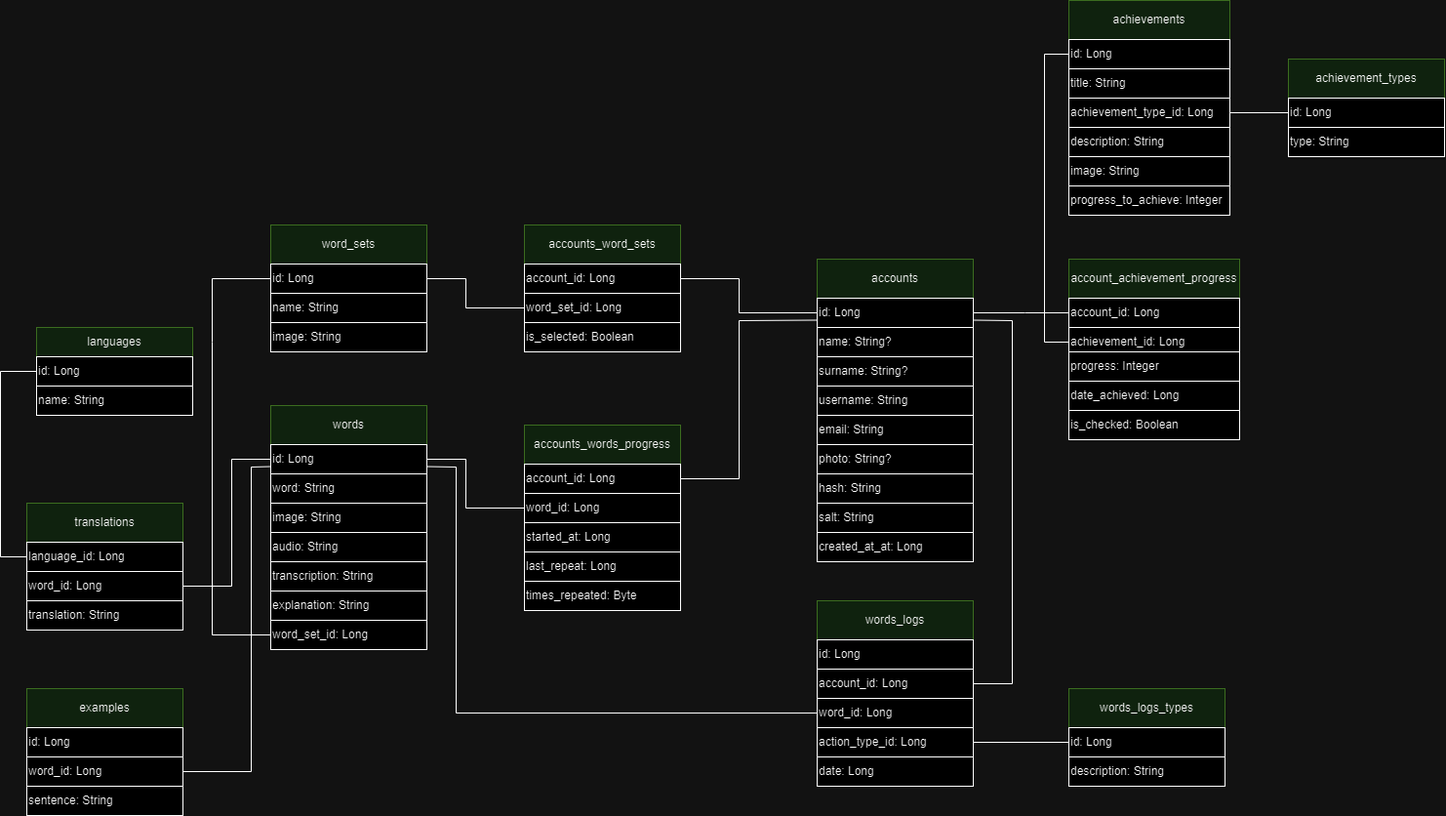
Above: images/DB.drawio.png in litnaro/MindVocab (draw.io), before the change. Source tidied: cells renumbered, new cells last; positions are measured from the earlier drawing's top-left corner, leaving out a move shared by most shapes.
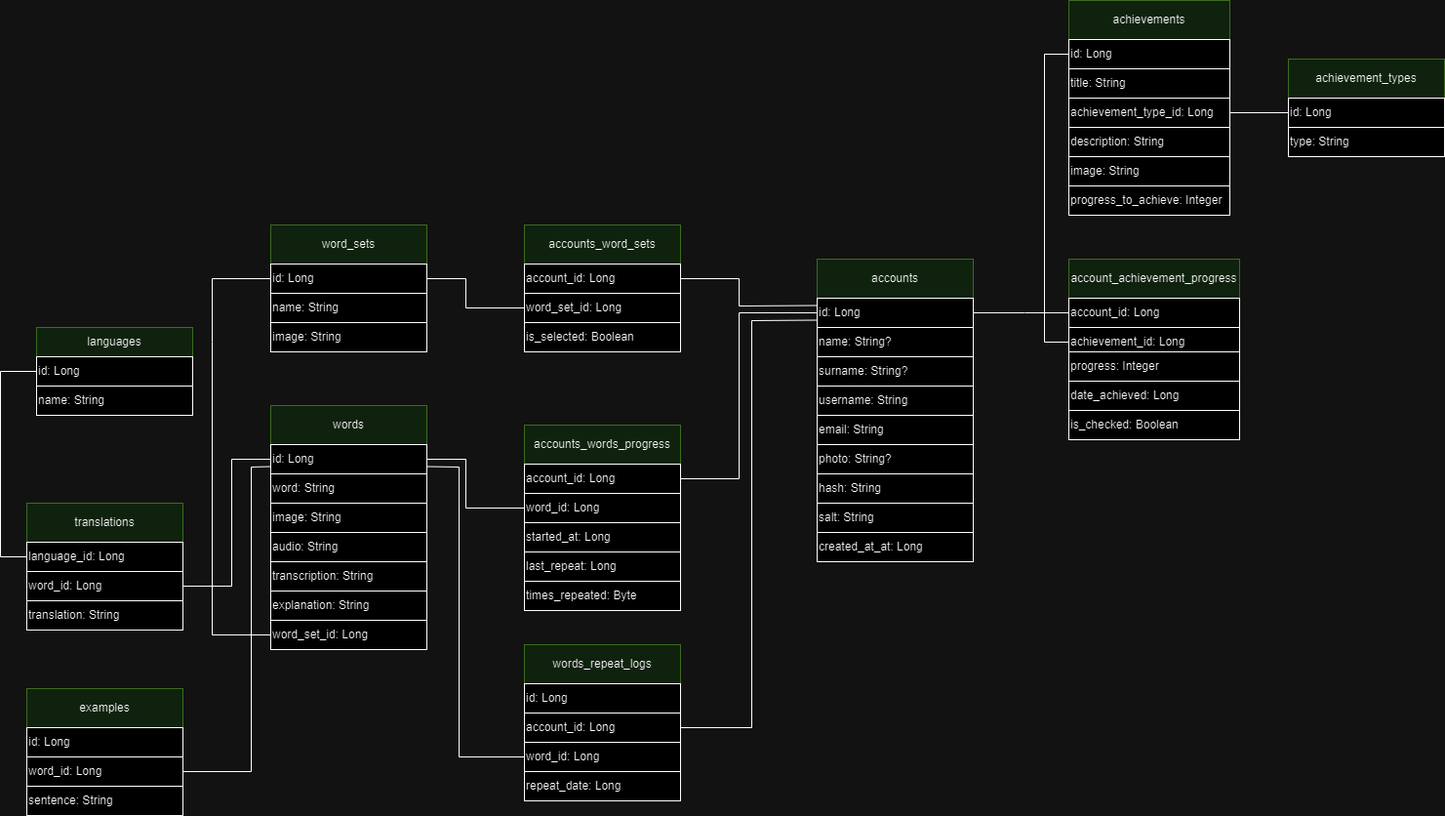
Above is the later version.

Change to the diagram source:
```diff
@@ -172,18 +172,6 @@
     <mxCell id="49" value="achievement_types" style="rounded=0;whiteSpace=wrap;html=1;fillColor=#d5e8d4;strokeColor=#82b366;" parent="1" vertex="1">
       <mxGeometry x="1320" y="60" width="160" height="40" as="geometry" />
     </mxCell>
-    <mxCell id="50" value="words_logs" style="rounded=0;whiteSpace=wrap;html=1;fillColor=#d5e8d4;strokeColor=#82b366;" parent="1" vertex="1">
-      <mxGeometry x="837" y="615" width="160" height="40" as="geometry" />
-    </mxCell>
-    <mxCell id="51" value="words_logs_types" style="rounded=0;whiteSpace=wrap;html=1;fillColor=#d5e8d4;strokeColor=#82b366;" parent="1" vertex="1">
-      <mxGeometry x="1095" y="705" width="160" height="40" as="geometry" />
-    </mxCell>
-    <mxCell id="52" value="id: Long" style="rounded=0;whiteSpace=wrap;html=1;align=left;" parent="1" vertex="1">
-      <mxGeometry x="1095" y="745" width="160" height="30" as="geometry" />
-    </mxCell>
-    <mxCell id="53" value="description: String" style="rounded=0;whiteSpace=wrap;html=1;align=left;" parent="1" vertex="1">
-      <mxGeometry x="1095" y="775" width="160" height="30" as="geometry" />
-    </mxCell>
     <mxCell id="54" value="id: Long" style="rounded=0;whiteSpace=wrap;html=1;align=left;" parent="1" vertex="1">
       <mxGeometry x="1320" y="100" width="160" height="30" as="geometry" />
     </mxCell>
@@ -234,62 +222,28 @@
         </Array>
       </mxGeometry>
     </mxCell>
-    <mxCell id="66" style="endArrow=none;html=1;rounded=0;entryX=0;entryY=0.5;entryDx=0;entryDy=0;exitX=1;exitY=0.5;exitDx=0;exitDy=0;" parent="1" edge="1" source="62" target="13">
+    <mxCell id="66" style="endArrow=none;html=1;rounded=0;entryX=0;entryY=0.25;entryDx=0;entryDy=0;exitX=1;exitY=0.5;exitDx=0;exitDy=0;" parent="1" edge="1" source="62" target="13">
       <mxGeometry relative="1" as="geometry">
         <Array as="points">
           <mxPoint x="757" y="285" />
-          <mxPoint x="757" y="320" />
+          <mxPoint x="757" y="313" />
         </Array>
       </mxGeometry>
     </mxCell>
-    <mxCell id="67" style="endArrow=none;html=1;rounded=0;exitX=1;exitY=0.5;exitDx=0;exitDy=0;entryX=0;entryY=0.75;entryDx=0;entryDy=0;" parent="1" edge="1" source="19" target="13">
+    <mxCell id="67" style="endArrow=none;html=1;rounded=0;exitX=1;exitY=0.5;exitDx=0;exitDy=0;entryX=0;entryY=0.5;entryDx=0;entryDy=0;" parent="1" edge="1" source="19" target="13">
       <mxGeometry relative="1" as="geometry">
         <Array as="points">
           <mxPoint x="757" y="490" />
-          <mxPoint x="757" y="328" />
+          <mxPoint x="757" y="320" />
         </Array>
       </mxGeometry>
     </mxCell>
     <mxCell id="68" value="date_achieved: Long" style="rounded=0;whiteSpace=wrap;html=1;align=left;" parent="1" vertex="1">
       <mxGeometry x="1095" y="390" width="175" height="30" as="geometry" />
     </mxCell>
-    <mxCell id="69" value="word_id: Long" style="rounded=0;whiteSpace=wrap;html=1;align=left;" parent="1" vertex="1">
-      <mxGeometry x="837" y="715" width="160" height="30" as="geometry" />
-    </mxCell>
-    <mxCell id="70" value="account_id: Long" style="rounded=0;whiteSpace=wrap;html=1;align=left;" parent="1" vertex="1">
-      <mxGeometry x="837" y="685" width="160" height="30" as="geometry" />
-    </mxCell>
-    <mxCell id="71" value="date: Long" style="rounded=0;whiteSpace=wrap;html=1;align=left;" parent="1" vertex="1">
-      <mxGeometry x="837" y="775" width="160" height="30" as="geometry" />
-    </mxCell>
-    <mxCell id="72" value="action_type_id: Long" style="rounded=0;whiteSpace=wrap;html=1;align=left;" parent="1" vertex="1">
-      <mxGeometry x="837" y="745" width="160" height="30" as="geometry" />
-    </mxCell>
     <mxCell id="73" value="username: String" style="rounded=0;whiteSpace=wrap;html=1;align=left;" parent="1" vertex="1">
       <mxGeometry x="837" y="395" width="160" height="30" as="geometry" />
     </mxCell>
-    <mxCell id="74" value="id: Long" style="rounded=0;whiteSpace=wrap;html=1;align=left;" parent="1" vertex="1">
-      <mxGeometry x="837" y="655" width="160" height="30" as="geometry" />
-    </mxCell>
-    <mxCell id="75" style="endArrow=none;html=1;rounded=0;exitX=1;exitY=0.5;exitDx=0;exitDy=0;entryX=1;entryY=0.75;entryDx=0;entryDy=0;" parent="1" edge="1" source="70" target="13">
-      <mxGeometry relative="1" as="geometry">
-        <Array as="points">
-          <mxPoint x="1037" y="700" />
-          <mxPoint x="1037" y="328" />
-        </Array>
-      </mxGeometry>
-    </mxCell>
-    <mxCell id="76" style="endArrow=none;html=1;rounded=0;entryX=0;entryY=0.5;entryDx=0;entryDy=0;exitX=1;exitY=0.75;exitDx=0;exitDy=0;" parent="1" edge="1" source="7" target="69">
-      <mxGeometry relative="1" as="geometry">
-        <Array as="points">
-          <mxPoint x="467" y="478" />
-          <mxPoint x="467" y="730" />
-        </Array>
-      </mxGeometry>
-    </mxCell>
-    <mxCell id="77" style="endArrow=none;html=1;rounded=0;entryX=1;entryY=0.5;entryDx=0;entryDy=0;exitX=0;exitY=0.5;exitDx=0;exitDy=0;" parent="1" edge="1" source="52" target="72">
-      <mxGeometry relative="1" as="geometry" />
-    </mxCell>
     <mxCell id="78" value="email: String" style="rounded=0;whiteSpace=wrap;html=1;align=left;" parent="1" vertex="1">
       <mxGeometry x="837" y="425" width="160" height="30" as="geometry" />
     </mxCell>
@@ -308,5 +262,36 @@
     <mxCell id="83" value="salt: String" style="rounded=0;whiteSpace=wrap;html=1;align=left;" parent="1" vertex="1">
       <mxGeometry x="837" y="515" width="160" height="30" as="geometry" />
     </mxCell>
+    <mxCell id="84" value="words_repeat_logs" style="rounded=0;whiteSpace=wrap;html=1;fillColor=#d5e8d4;strokeColor=#82b366;" parent="1" vertex="1">
+      <mxGeometry x="537" y="660" width="160" height="40" as="geometry" />
+    </mxCell>
+    <mxCell id="70" value="account_id: Long" style="rounded=0;whiteSpace=wrap;html=1;align=left;" parent="1" vertex="1">
+      <mxGeometry x="537" y="730" width="160" height="30" as="geometry" />
+    </mxCell>
+    <mxCell id="69" value="word_id: Long" style="rounded=0;whiteSpace=wrap;html=1;align=left;" parent="1" vertex="1">
+      <mxGeometry x="537" y="760" width="160" height="30" as="geometry" />
+    </mxCell>
+    <mxCell id="85" value="id: Long" style="rounded=0;whiteSpace=wrap;html=1;align=left;" parent="1" vertex="1">
+      <mxGeometry x="537" y="700" width="160" height="30" as="geometry" />
+    </mxCell>
+    <mxCell id="86" value="repeat_date: Long" style="rounded=0;whiteSpace=wrap;html=1;align=left;" parent="1" vertex="1">
+      <mxGeometry x="537" y="790" width="160" height="30" as="geometry" />
+    </mxCell>
+    <mxCell id="75" style="endArrow=none;html=1;rounded=0;entryX=0;entryY=0.75;entryDx=0;entryDy=0;exitX=1;exitY=0.5;exitDx=0;exitDy=0;" parent="1" edge="1" source="70" target="13">
+      <mxGeometry relative="1" as="geometry">
+        <Array as="points">
+          <mxPoint x="770" y="745" />
+          <mxPoint x="770" y="328" />
+        </Array>
+      </mxGeometry>
+    </mxCell>
+    <mxCell id="87" style="endArrow=none;html=1;rounded=0;entryX=1;entryY=0.75;entryDx=0;entryDy=0;exitX=0;exitY=0.5;exitDx=0;exitDy=0;" parent="1" edge="1" source="69" target="7">
+      <mxGeometry relative="1" as="geometry">
+        <Array as="points">
+          <mxPoint x="470" y="775" />
+          <mxPoint x="470" y="478" />
+        </Array>
+      </mxGeometry>
+    </mxCell>
   </root>
 </mxGraphModel>
```
